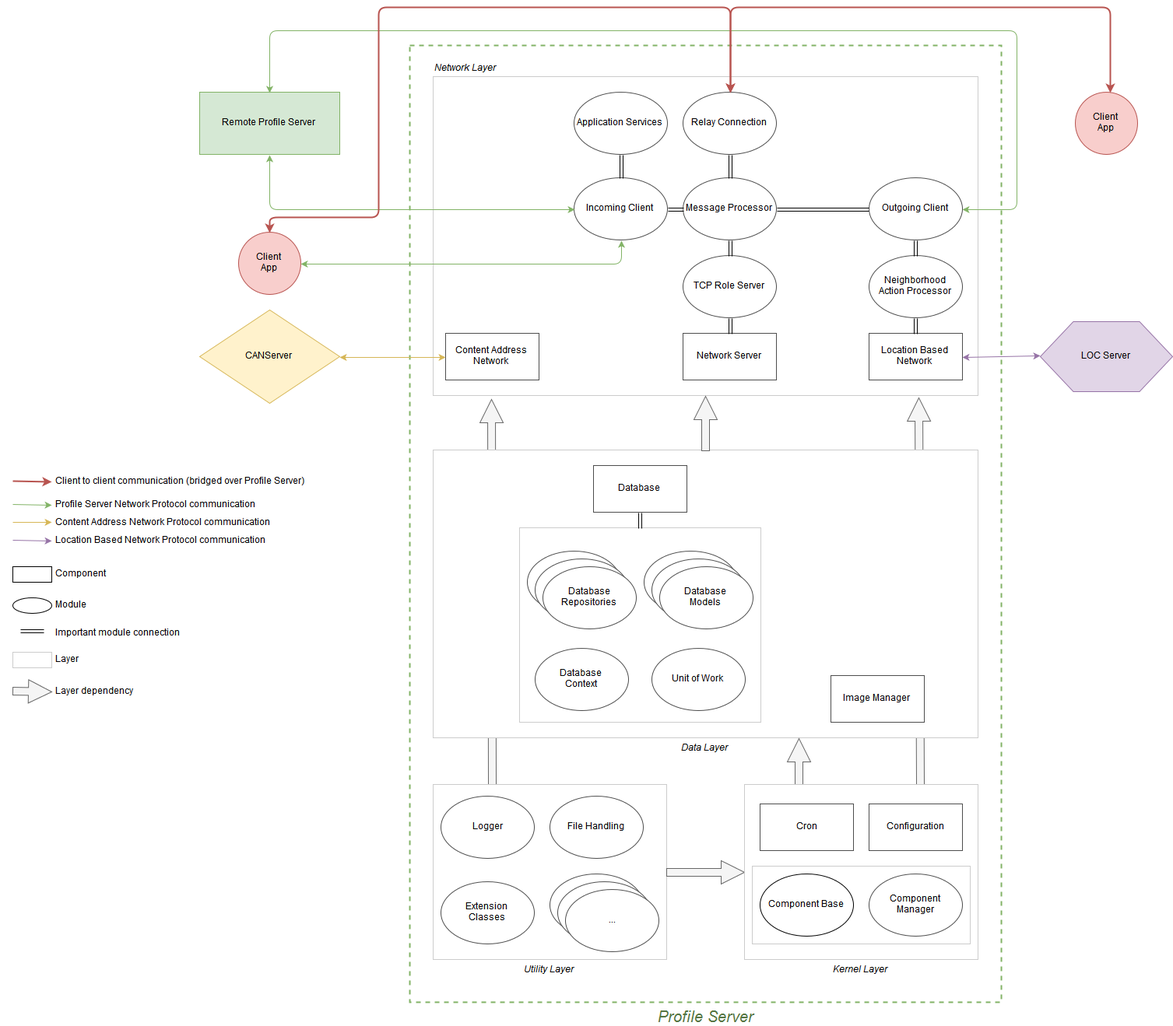
Above: docs/images/ps-component-layers.png in Internet-of-People/iop-profile-server (draw.io), before the change. Source tidied: cells renumbered, new cells last; positions are measured from the earlier drawing's top-left corner, leaving out a move shared by most shapes.
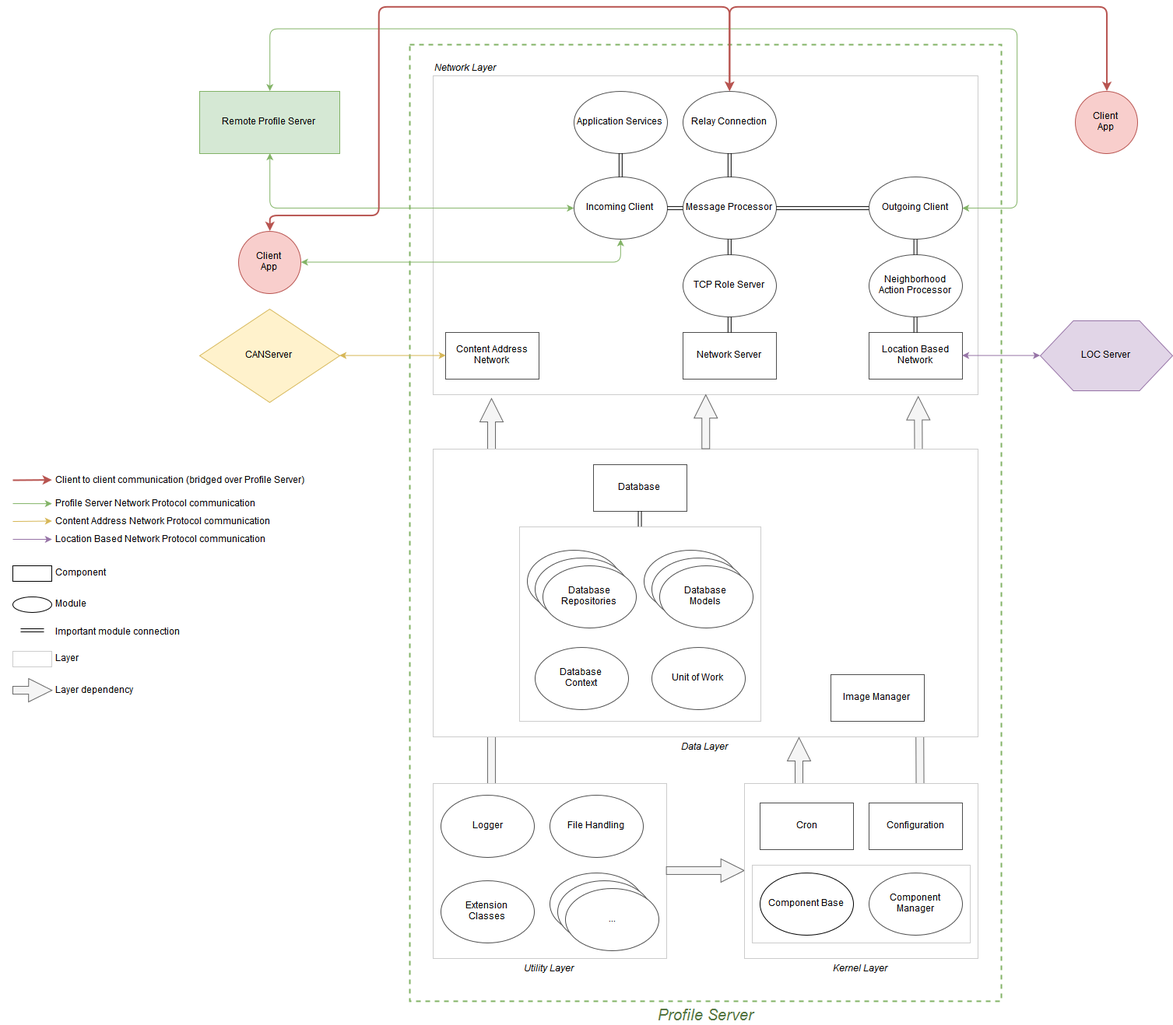
After the commit.

What changed in the source:
```diff
@@ -222,12 +222,11 @@
         </Array>
       </mxGeometry>
     </mxCell>
-    <mxCell id="68" style="endArrow=classic;startArrow=classic;html=1;strokeWidth=2;fontColor=#000000;exitX=0.5;exitY=0;edgeStyle=orthogonalEdgeStyle;fillColor=#f8cecc;strokeColor=#b85450;" parent="1" edge="1" source="15">
+    <mxCell id="68" style="endArrow=classic;startArrow=classic;html=1;strokeWidth=2;fontColor=#000000;exitX=0.5;exitY=0;edgeStyle=orthogonalEdgeStyle;fillColor=#f8cecc;strokeColor=#b85450;entryX=0.5;entryY=0;" parent="1" edge="1" source="15" target="66">
       <mxGeometry relative="1" as="geometry">
-        <mxPoint x="1410" y="109" as="targetPoint" />
         <Array as="points">
           <mxPoint x="921" />
-          <mxPoint x="1410" />
+          <mxPoint x="1405" />
         </Array>
       </mxGeometry>
     </mxCell>
```
